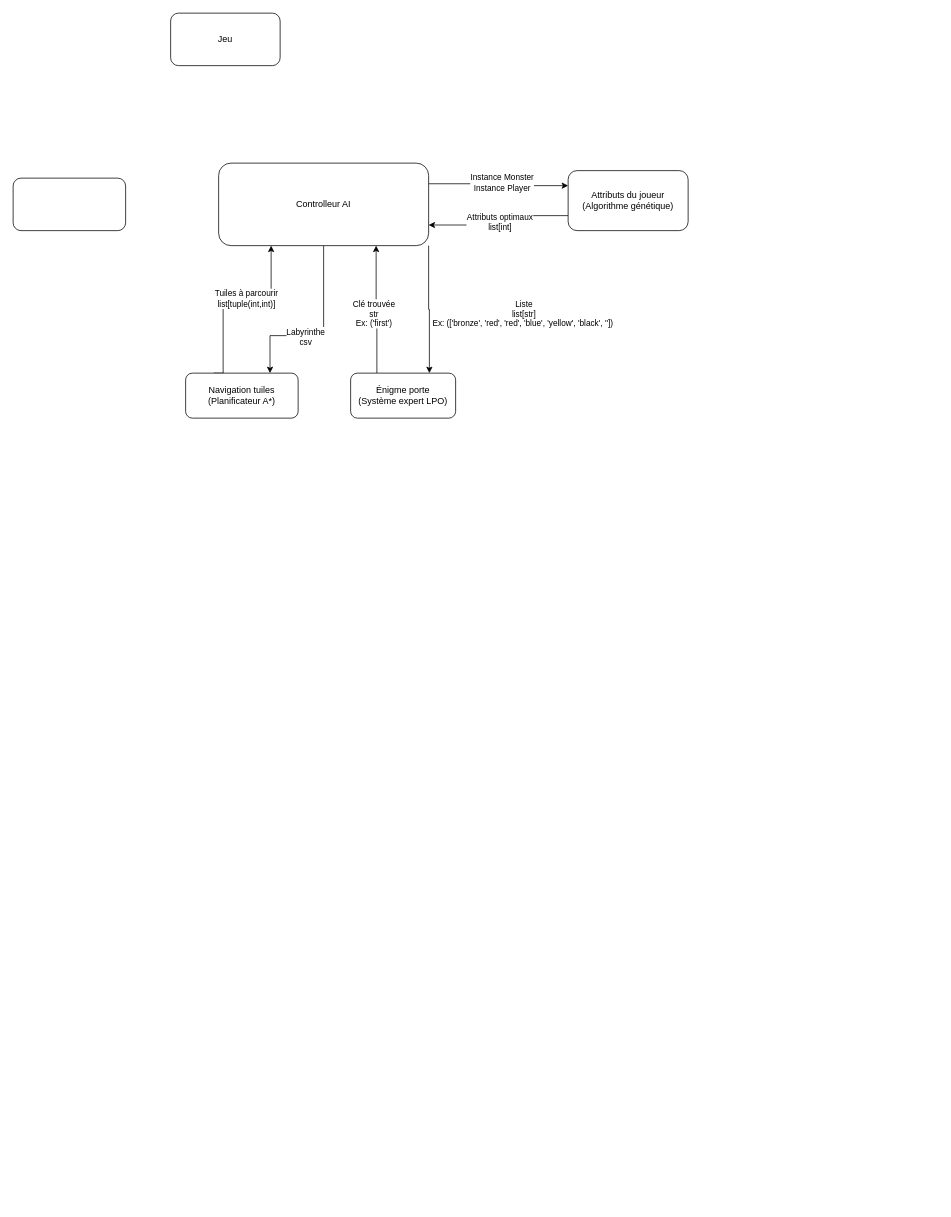
Before: Defense/SchemaBloc.drawio in AlexLeQc/S7_APP1, a draw.io diagram. Source tidied: cells renumbered, new cells numbered last; positions are measured from the earlier drawing's top-left corner, leaving out a move shared by most shapes. Both pictures are drawn from the tidied source at 75%, with x=0, y=0 at pixel (13, 13).
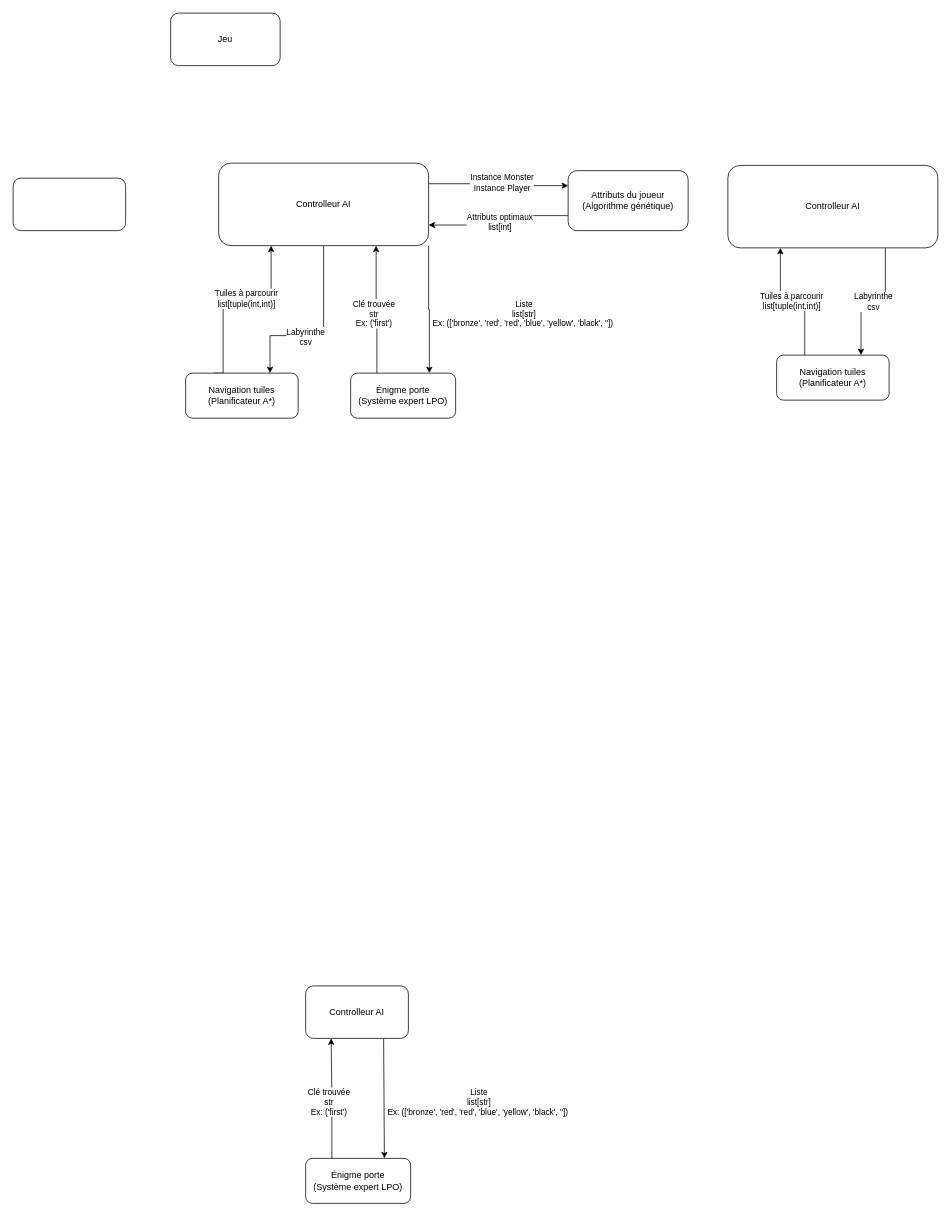
After the change.

Diff of the diagram source:
```diff
@@
+    <mxCell id="20" style="edgeStyle=orthogonalEdgeStyle;rounded=0;jettySize=auto;html=1;exitX=0.25;exitY=0;exitDx=0;exitDy=0;entryX=0.75;entryY=1;entryDx=0;entryDy=0;" parent="1" edge="1" source="22">
+      <mxGeometry relative="1" as="geometry">
+        <mxPoint x="424" y="1367" as="targetPoint" />
+      </mxGeometry>
+    </mxCell>
+    <mxCell id="21" value="Clé trouvée&lt;div&gt;str&lt;br&gt;&lt;div&gt;Ex: ('first')&lt;/div&gt;&lt;/div&gt;" style="edgeLabel;html=1;align=center;verticalAlign=middle;" parent="20" vertex="1">
+      <mxGeometry x="0.02" y="1" relative="1" as="geometry">
+        <mxPoint x="-3" y="6" as="offset" />
+      </mxGeometry>
+    </mxCell>
+    <mxCell id="22" value="Énigme porte&lt;div&gt;(Système expert LPO)&lt;/div&gt;" style="rounded=1;whiteSpace=wrap;html=1;" parent="1" vertex="1">
+      <mxGeometry x="390" y="1527" width="140" height="60" as="geometry" />
+    </mxCell>
+    <mxCell id="23" style="edgeStyle=orthogonalEdgeStyle;rounded=0;jettySize=auto;html=1;exitX=1;exitY=1;exitDx=0;exitDy=0;entryX=0.75;entryY=0;entryDx=0;entryDy=0;" parent="1" edge="1" target="22">
+      <mxGeometry relative="1" as="geometry">
+        <mxPoint x="494" y="1367" as="sourcePoint" />
+      </mxGeometry>
+    </mxCell>
+    <mxCell id="24" value="Liste&lt;div&gt;list[str]&lt;br&gt;&lt;div&gt;Ex: (['bronze', 'red', 'red', 'blue', 'yellow', 'black', ''])&amp;nbsp;&lt;/div&gt;&lt;/div&gt;" style="edgeLabel;html=1;align=center;verticalAlign=middle;" parent="23" vertex="1">
+      <mxGeometry x="-0.06" y="2" relative="1" as="geometry">
+        <mxPoint x="124" y="10" as="offset" />
+      </mxGeometry>
+    </mxCell>
+    <mxCell id="25" value="Controlleur AI" style="rounded=1;whiteSpace=wrap;html=1;" parent="1" vertex="1">
+      <mxGeometry x="390" y="1297" width="137" height="70" as="geometry" />
+    </mxCell>
+    <mxCell id="26" style="edgeStyle=orthogonalEdgeStyle;rounded=0;jettySize=auto;html=1;exitX=0.75;exitY=1;exitDx=0;exitDy=0;entryX=0.75;entryY=0;entryDx=0;entryDy=0;" parent="1" edge="1" source="29" target="32">
+      <mxGeometry relative="1" as="geometry" />
+    </mxCell>
+    <mxCell id="27" style="edgeLabel;html=1;align=center;verticalAlign=middle;" parent="26" vertex="1">
+      <mxGeometry x="-0.16" relative="1" as="geometry" />
+    </mxCell>
+    <mxCell id="28" value="Labyrinthe&lt;div&gt;csv&lt;/div&gt;" style="edgeLabel;html=1;align=center;verticalAlign=middle;" parent="26" vertex="1">
+      <mxGeometry x="-0.02" y="-1" relative="1" as="geometry">
+        <mxPoint x="-2" y="1" as="offset" />
+      </mxGeometry>
+    </mxCell>
+    <mxCell id="29" value="Controlleur AI" style="rounded=1;whiteSpace=wrap;html=1;" parent="1" vertex="1">
+      <mxGeometry x="953" y="203" width="280" height="110" as="geometry" />
+    </mxCell>
+    <mxCell id="30" style="edgeStyle=orthogonalEdgeStyle;rounded=0;jettySize=auto;html=1;exitX=0.25;exitY=0;exitDx=0;exitDy=0;entryX=0.25;entryY=1;entryDx=0;entryDy=0;" parent="1" edge="1" source="32" target="29">
+      <mxGeometry relative="1" as="geometry" />
+    </mxCell>
+    <mxCell id="31" value="Tuiles à parcourir&lt;div&gt;list[tuple(int,int)]&lt;/div&gt;" style="edgeLabel;html=1;align=center;verticalAlign=middle;" parent="30" vertex="1">
+      <mxGeometry x="0.02" y="-1" relative="1" as="geometry" />
+    </mxCell>
+    <mxCell id="32" value="&lt;div&gt;Navigation tuiles&lt;/div&gt;(Planificateur A*)" style="rounded=1;whiteSpace=wrap;html=1;" parent="1" vertex="1">
+      <mxGeometry x="1018" y="456" width="150" height="60" as="geometry" />
+    </mxCell>
```
